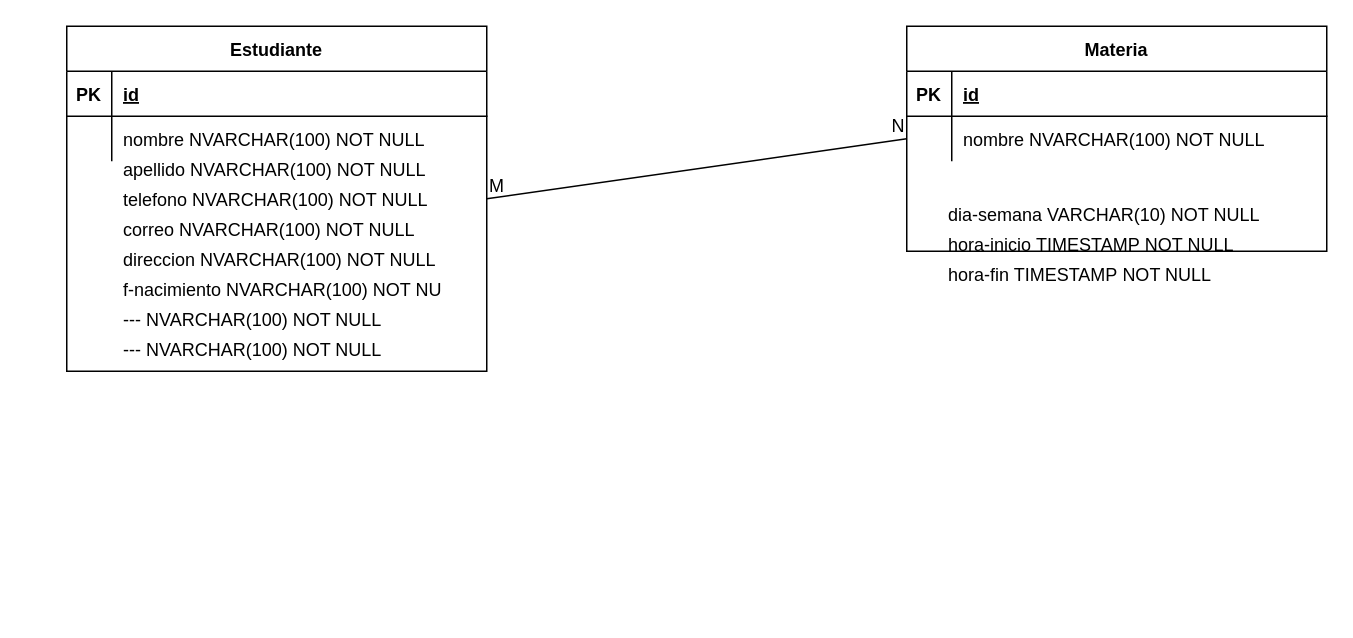
Earlier version of the draw.io diagram proyecto/diagramas/Diagrama-Relacional.drawio (material-de-java/escuela-app). Source tidied: cells renumbered, new cells numbered last; positions are measured from the earlier drawing's top-left corner, leaving out a move shared by most shapes. Both pictures are drawn from the tidied source at 150%, with x=0, y=0 at pixel (66, 26).
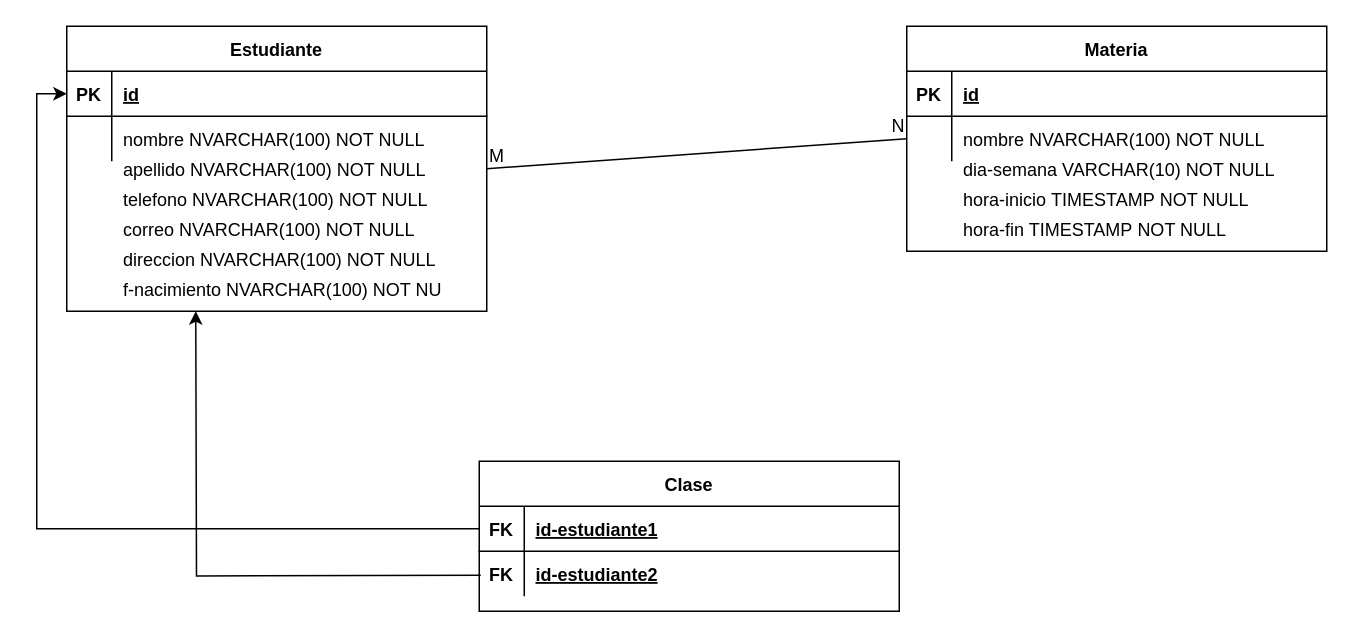
Above is the later version.

The change refers to these unchanged cells:
```xml
<mxCell id="3" style="shape=partialRectangle;fillColor=none;points=[[0,0.5],[1,0.5]];portConstraint=eastwest;top=0;left=0;right=0;bottom=1;" parent="2" vertex="1">
  <mxGeometry y="30" width="280" height="30" as="geometry" />
</mxCell>
```

The edit, as a diff of the source:
```diff
@@
     <mxCell id="2" value="Estudiante" style="shape=table;startSize=30;childLayout=tableLayout;rowLines=0;fontStyle=1;align=center;" parent="1" vertex="1">
-      <mxGeometry width="280" height="230" as="geometry" />
+      <mxGeometry width="280" height="190" as="geometry" />
     </mxCell>
@@
-    <mxCell id="14" value="--- NVARCHAR(100) NOT NULL" style="shape=partialRectangle;overflow=hidden;fillColor=none;top=0;left=0;bottom=0;right=0;align=left;spacingLeft=6;" parent="1" vertex="1">
-      <mxGeometry x="30" y="180" width="220" height="30" as="geometry" />
-    </mxCell>
-    <mxCell id="15" value="--- NVARCHAR(100) NOT NULL" style="shape=partialRectangle;overflow=hidden;fillColor=none;top=0;left=0;bottom=0;right=0;align=left;spacingLeft=6;" parent="1" vertex="1">
-      <mxGeometry x="30" y="200" width="220" height="30" as="geometry" />
-    </mxCell>
@@
     <mxCell id="23" value="dia-semana VARCHAR(10) NOT NULL" style="shape=partialRectangle;overflow=hidden;fillColor=none;top=0;left=0;bottom=0;right=0;align=left;spacingLeft=6;" parent="1" vertex="1">
-      <mxGeometry x="580" y="110" width="250" height="30" as="geometry" />
+      <mxGeometry x="590" y="80" width="250" height="30" as="geometry" />
     </mxCell>
     <mxCell id="24" value="hora-inicio TIMESTAMP NOT NULL" style="shape=partialRectangle;overflow=hidden;fillColor=none;top=0;left=0;bottom=0;right=0;align=left;spacingLeft=6;" parent="1" vertex="1">
-      <mxGeometry x="580" y="130" width="250" height="30" as="geometry" />
+      <mxGeometry x="590" y="100" width="250" height="30" as="geometry" />
     </mxCell>
     <mxCell id="25" value="hora-fin TIMESTAMP NOT NULL" style="shape=partialRectangle;overflow=hidden;fillColor=none;top=0;left=0;bottom=0;right=0;align=left;spacingLeft=6;" parent="1" vertex="1">
-      <mxGeometry x="580" y="150" width="250" height="30" as="geometry" />
+      <mxGeometry x="590" y="120" width="250" height="30" as="geometry" />
     </mxCell>
@@
+    <mxCell id="29" value="Clase" style="shape=table;startSize=30;childLayout=tableLayout;rowLines=0;fontStyle=1;align=center;" parent="1" vertex="1">
+      <mxGeometry x="275" y="290" width="280" height="100" as="geometry" />
+    </mxCell>
+    <mxCell id="30" style="shape=partialRectangle;fillColor=none;points=[[0,0.5],[1,0.5]];portConstraint=eastwest;top=0;left=0;right=0;bottom=1;" parent="29" vertex="1">
+      <mxGeometry y="30" width="280" height="30" as="geometry" />
+    </mxCell>
+    <mxCell id="31" value="FK" style="shape=partialRectangle;overflow=hidden;fillColor=none;top=0;left=0;bottom=0;right=0;fontStyle=1;" parent="30" vertex="1">
+      <mxGeometry width="30" height="30" as="geometry" />
+    </mxCell>
+    <mxCell id="32" value="id-estudiante1" style="shape=partialRectangle;overflow=hidden;fillColor=none;top=0;left=0;bottom=0;right=0;align=left;spacingLeft=6;fontStyle=5;" parent="30" vertex="1">
+      <mxGeometry x="30" width="250" height="30" as="geometry" />
+    </mxCell>
+    <mxCell id="33" style="shape=partialRectangle;fillColor=none;top=0;left=0;right=0;bottom=0;" parent="29" vertex="1">
+      <mxGeometry y="60" width="280" height="30" as="geometry" />
+    </mxCell>
+    <mxCell id="34" style="shape=partialRectangle;overflow=hidden;fillColor=none;top=0;left=0;bottom=0;right=0;" parent="33" vertex="1">
+      <mxGeometry width="30" height="30" as="geometry" />
+    </mxCell>
+    <mxCell id="35" style="shape=partialRectangle;overflow=hidden;fillColor=none;top=0;left=0;bottom=0;right=0;align=left;spacingLeft=6;" parent="33" vertex="1">
+      <mxGeometry x="30" width="250" height="30" as="geometry" />
+    </mxCell>
+    <mxCell id="36" value="FK" style="shape=partialRectangle;overflow=hidden;fillColor=none;top=0;left=0;bottom=0;right=0;fontStyle=1;" parent="1" vertex="1">
+      <mxGeometry x="275" y="350" width="30" height="30" as="geometry" />
+    </mxCell>
+    <mxCell id="37" value="id-estudiante2" style="shape=partialRectangle;overflow=hidden;fillColor=none;top=0;left=0;bottom=0;right=0;align=left;spacingLeft=6;fontStyle=5;" parent="1" vertex="1">
+      <mxGeometry x="305" y="350" width="250" height="30" as="geometry" />
+    </mxCell>
+    <mxCell id="38" style="edgeStyle=orthogonalEdgeStyle;rounded=0;jettySize=auto;html=1;entryX=0;entryY=0.5;entryDx=0;entryDy=0;" parent="1" edge="1" source="30" target="3">
+      <mxGeometry relative="1" as="geometry" />
+    </mxCell>
+    <mxCell id="39" style="edgeStyle=orthogonalEdgeStyle;rounded=0;orthogonalLoop=1;jettySize=auto;html=1;" parent="1" edge="1">
+      <mxGeometry relative="1" as="geometry">
+        <mxPoint x="276" y="366" as="sourcePoint" />
+        <mxPoint x="86" y="190" as="targetPoint" />
+      </mxGeometry>
+    </mxCell>
```
